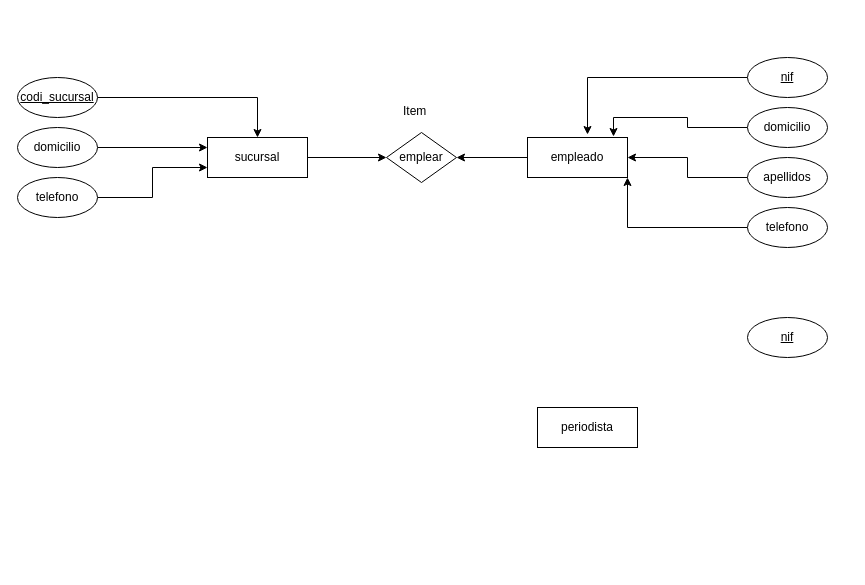
sofiaGibHub/baseDatos keeps this draw.io diagram as Diagrama sin título.drawio. Above is the earlier version. Source tidied: cells renumbered, new cells numbered last; positions are measured from the earlier drawing's top-left corner, leaving out a move shared by most shapes. Both pictures are drawn from the tidied source at 100%, with x=0, y=0 at pixel (17, 57).
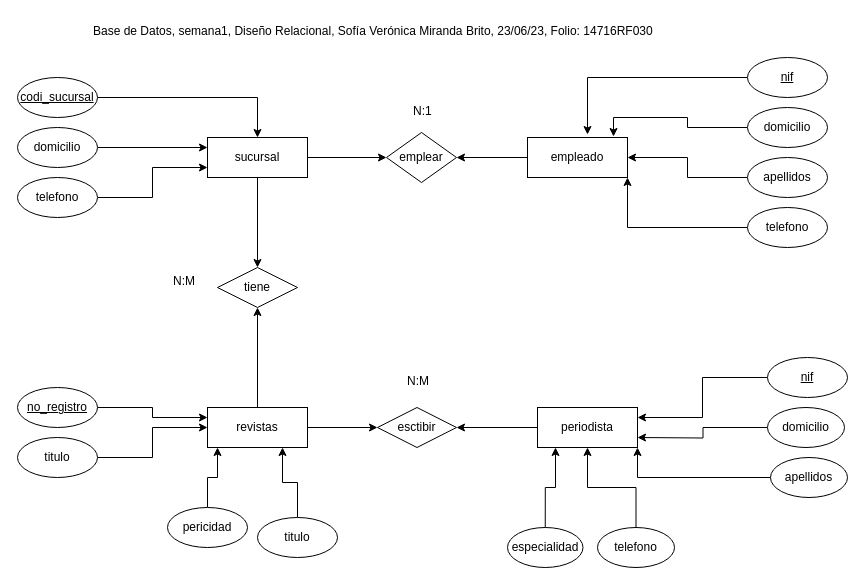
The same diagram, later.

Unchanged cells that the change refers to:
```xml
<mxCell id="3" value="sucursal" style="whiteSpace=wrap;html=1;align=center;" parent="1" vertex="1">
  <mxGeometry x="190" y="80" width="100" height="40" as="geometry" />
</mxCell>
<mxCell id="22" value="periodista" style="whiteSpace=wrap;html=1;align=center;" parent="1" vertex="1">
  <mxGeometry x="520" y="350" width="100" height="40" as="geometry" />
</mxCell>
```

What changed in the source:
```diff
@@
+    <mxCell id="24" style="edgeStyle=orthogonalEdgeStyle;rounded=0;jettySize=auto;html=1;entryX=0.5;entryY=0;entryDx=0;entryDy=0;" parent="1" edge="1" source="3" target="49">
+      <mxGeometry relative="1" as="geometry" />
+    </mxCell>
@@
-    <mxCell id="21" value="Item" style="text;strokeColor=none;fillColor=none;spacingLeft=4;spacingRight=4;overflow=hidden;fontSize=12;whiteSpace=wrap;html=1;" parent="1" vertex="1">
-      <mxGeometry x="380" y="40" width="40" height="30" as="geometry" />
+    <mxCell id="21" value="N:1" style="text;strokeColor=none;fillColor=none;spacingLeft=4;spacingRight=4;overflow=hidden;fontSize=12;whiteSpace=wrap;html=1;" parent="1" vertex="1">
+      <mxGeometry x="390" y="40" width="40" height="30" as="geometry" />
     </mxCell>
+    <mxCell id="25" style="edgeStyle=orthogonalEdgeStyle;rounded=0;jettySize=auto;html=1;entryX=1;entryY=0.5;entryDx=0;entryDy=0;" parent="1" edge="1" source="22" target="46">
+      <mxGeometry relative="1" as="geometry" />
+    </mxCell>
@@
+    <mxCell id="26" style="edgeStyle=orthogonalEdgeStyle;rounded=0;jettySize=auto;html=1;entryX=1;entryY=0.25;entryDx=0;entryDy=0;" parent="1" edge="1" source="23" target="22">
+      <mxGeometry relative="1" as="geometry" />
+    </mxCell>
     <mxCell id="23" value="nif" style="ellipse;whiteSpace=wrap;html=1;align=center;fontStyle=4;" parent="1" vertex="1">
-      <mxGeometry x="730" y="260" width="80" height="40" as="geometry" />
+      <mxGeometry x="750" y="300" width="80" height="40" as="geometry" />
     </mxCell>
+    <mxCell id="27" style="edgeStyle=orthogonalEdgeStyle;rounded=0;jettySize=auto;html=1;" parent="1" edge="1" source="28">
+      <mxGeometry relative="1" as="geometry">
+        <mxPoint x="620" y="380" as="targetPoint" />
+      </mxGeometry>
+    </mxCell>
+    <mxCell id="28" value="domicilio" style="ellipse;whiteSpace=wrap;html=1;align=center;" parent="1" vertex="1">
+      <mxGeometry x="750" y="350" width="77" height="40" as="geometry" />
+    </mxCell>
+    <mxCell id="29" style="edgeStyle=orthogonalEdgeStyle;rounded=0;jettySize=auto;html=1;entryX=1;entryY=1;entryDx=0;entryDy=0;" parent="1" edge="1" source="30" target="22">
+      <mxGeometry relative="1" as="geometry" />
+    </mxCell>
+    <mxCell id="30" value="apellidos" style="ellipse;whiteSpace=wrap;html=1;align=center;" parent="1" vertex="1">
+      <mxGeometry x="753" y="400" width="77" height="40" as="geometry" />
+    </mxCell>
+    <mxCell id="31" style="edgeStyle=orthogonalEdgeStyle;rounded=0;jettySize=auto;html=1;entryX=0.5;entryY=1;entryDx=0;entryDy=0;" parent="1" edge="1" source="32" target="22">
+      <mxGeometry relative="1" as="geometry" />
+    </mxCell>
+    <mxCell id="32" value="telefono" style="ellipse;whiteSpace=wrap;html=1;align=center;" parent="1" vertex="1">
+      <mxGeometry x="580" y="470" width="77" height="40" as="geometry" />
+    </mxCell>
+    <mxCell id="33" style="edgeStyle=orthogonalEdgeStyle;rounded=0;jettySize=auto;html=1;entryX=0.18;entryY=1;entryDx=0;entryDy=0;entryPerimeter=0;" parent="1" edge="1" source="34" target="22">
+      <mxGeometry relative="1" as="geometry" />
+    </mxCell>
+    <mxCell id="34" value="especialidad" style="ellipse;whiteSpace=wrap;html=1;align=center;" parent="1" vertex="1">
+      <mxGeometry x="490" y="470" width="75.5" height="40" as="geometry" />
+    </mxCell>
+    <mxCell id="35" style="edgeStyle=orthogonalEdgeStyle;rounded=0;jettySize=auto;html=1;exitX=1;exitY=0.5;exitDx=0;exitDy=0;entryX=0;entryY=0.5;entryDx=0;entryDy=0;" parent="1" edge="1" source="37" target="46">
+      <mxGeometry relative="1" as="geometry" />
+    </mxCell>
+    <mxCell id="36" style="edgeStyle=orthogonalEdgeStyle;rounded=0;jettySize=auto;html=1;entryX=0.5;entryY=1;entryDx=0;entryDy=0;" parent="1" edge="1" source="37" target="49">
+      <mxGeometry relative="1" as="geometry" />
+    </mxCell>
+    <mxCell id="37" value="revistas" style="whiteSpace=wrap;html=1;align=center;" parent="1" vertex="1">
+      <mxGeometry x="190" y="350" width="100" height="40" as="geometry" />
+    </mxCell>
+    <mxCell id="38" style="edgeStyle=orthogonalEdgeStyle;rounded=0;jettySize=auto;html=1;entryX=0;entryY=0.25;entryDx=0;entryDy=0;" parent="1" edge="1" source="39" target="37">
+      <mxGeometry relative="1" as="geometry" />
+    </mxCell>
+    <mxCell id="39" value="no_registro" style="ellipse;whiteSpace=wrap;html=1;align=center;fontStyle=4;" parent="1" vertex="1">
+      <mxGeometry y="330" width="80" height="40" as="geometry" />
+    </mxCell>
+    <mxCell id="40" style="edgeStyle=orthogonalEdgeStyle;rounded=0;jettySize=auto;html=1;" parent="1" edge="1" source="41" target="37">
+      <mxGeometry relative="1" as="geometry" />
+    </mxCell>
+    <mxCell id="41" value="titulo" style="ellipse;whiteSpace=wrap;html=1;align=center;" parent="1" vertex="1">
+      <mxGeometry y="380" width="80" height="40" as="geometry" />
+    </mxCell>
+    <mxCell id="42" style="edgeStyle=orthogonalEdgeStyle;rounded=0;jettySize=auto;html=1;entryX=0.1;entryY=1;entryDx=0;entryDy=0;entryPerimeter=0;" parent="1" edge="1" source="43" target="37">
+      <mxGeometry relative="1" as="geometry" />
+    </mxCell>
+    <mxCell id="43" value="pericidad" style="ellipse;whiteSpace=wrap;html=1;align=center;" parent="1" vertex="1">
+      <mxGeometry x="150" y="450" width="80" height="40" as="geometry" />
+    </mxCell>
+    <mxCell id="44" style="edgeStyle=orthogonalEdgeStyle;rounded=0;jettySize=auto;html=1;entryX=0.75;entryY=1;entryDx=0;entryDy=0;" parent="1" edge="1" source="45" target="37">
+      <mxGeometry relative="1" as="geometry" />
+    </mxCell>
+    <mxCell id="45" value="titulo" style="ellipse;whiteSpace=wrap;html=1;align=center;" parent="1" vertex="1">
+      <mxGeometry x="240" y="460" width="80" height="40" as="geometry" />
+    </mxCell>
+    <mxCell id="46" value="esctibir" style="shape=rhombus;perimeter=rhombusPerimeter;whiteSpace=wrap;html=1;align=center;" parent="1" vertex="1">
+      <mxGeometry x="360" y="350" width="79" height="40" as="geometry" />
+    </mxCell>
+    <mxCell id="47" value="N:M" style="text;strokeColor=none;fillColor=none;spacingLeft=4;spacingRight=4;overflow=hidden;fontSize=12;whiteSpace=wrap;html=1;" parent="1" vertex="1">
+      <mxGeometry x="384" y="310" width="40" height="30" as="geometry" />
+    </mxCell>
+    <mxCell id="48" value="Base de Datos, semana1, Diseño Relacional, Sofía Verónica Miranda Brito, 23/06/23, Folio: 14716RF030" style="text;strokeColor=none;fillColor=none;spacingLeft=4;spacingRight=4;overflow=hidden;fontSize=12;whiteSpace=wrap;html=1;" parent="1" vertex="1">
+      <mxGeometry x="70" y="-40" width="580" height="30" as="geometry" />
+    </mxCell>
+    <mxCell id="49" value="tiene" style="shape=rhombus;perimeter=rhombusPerimeter;whiteSpace=wrap;html=1;align=center;" parent="1" vertex="1">
+      <mxGeometry x="200" y="210" width="80" height="40" as="geometry" />
+    </mxCell>
+    <mxCell id="50" value="N:M" style="text;strokeColor=none;fillColor=none;spacingLeft=4;spacingRight=4;overflow=hidden;fontSize=12;whiteSpace=wrap;html=1;" parent="1" vertex="1">
+      <mxGeometry x="150" y="210" width="40" height="30" as="geometry" />
+    </mxCell>
```
